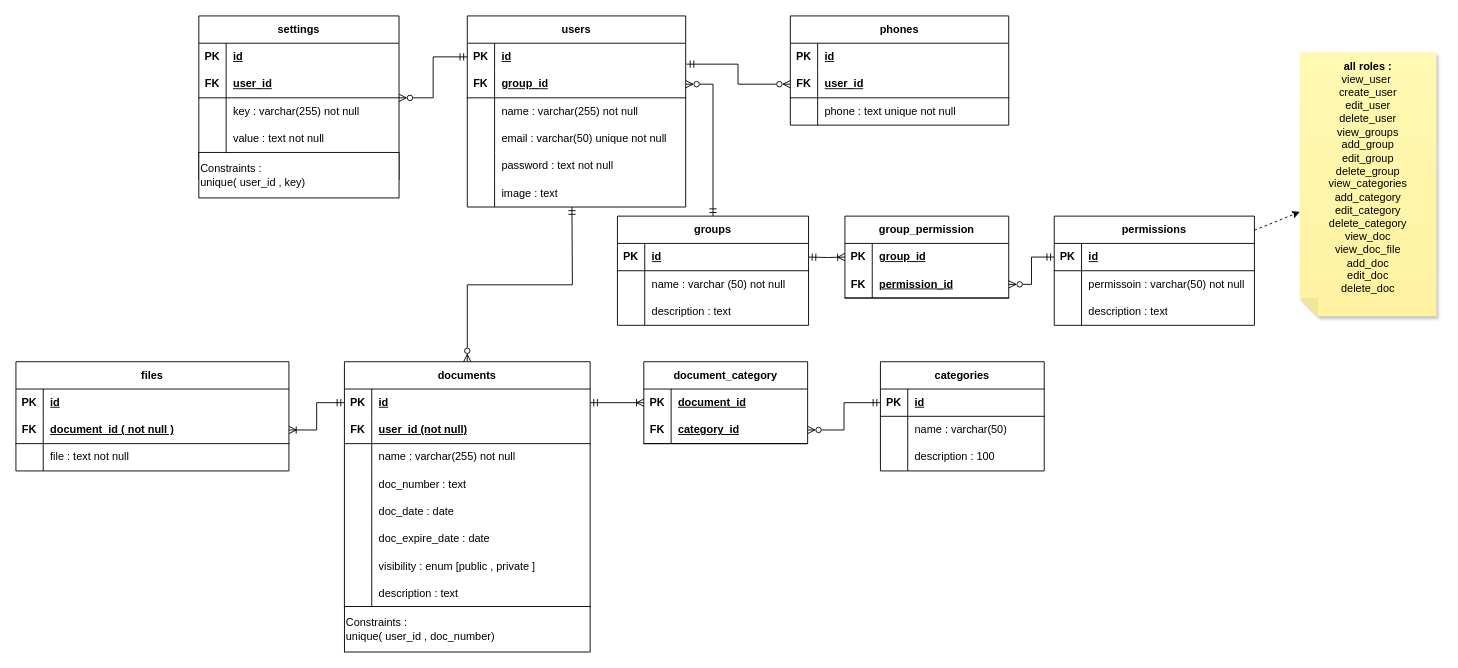
Before: page "db_schema" (1 of 4) of planning/diagram.drawio in khaledfathi/documents-vault, a draw.io diagram. Source tidied: cells renumbered, new cells numbered last; positions are measured from the earlier drawing's top-left corner, leaving out a move shared by most shapes. Both pictures are drawn from the tidied source at 91%, with x=0, y=0 at pixel (15, 15).
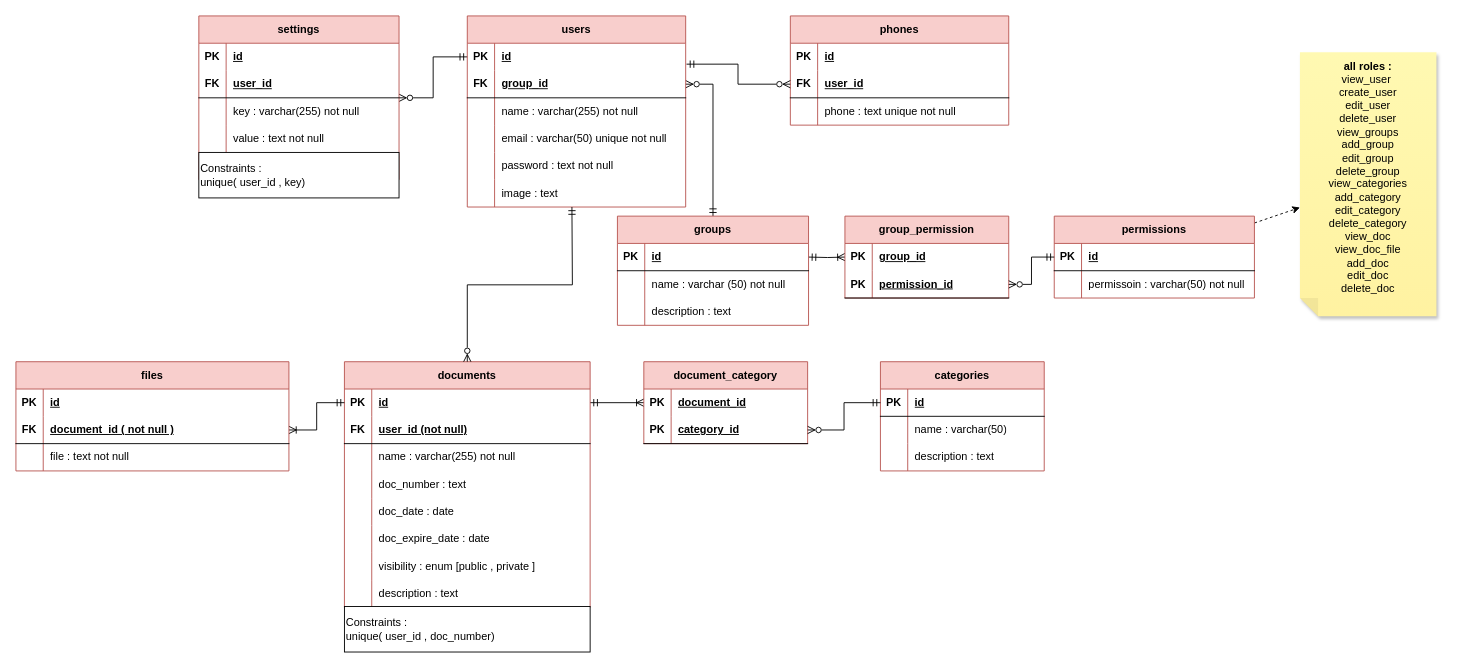
The same diagram, later.

The change refers to these unchanged cells:
```xml
<mxCell id="94" style="shape=tableRow;horizontal=0;startSize=0;swimlaneHead=0;swimlaneBody=0;fillColor=none;top=0;left=0;right=0;bottom=0;html=1;" parent="87" vertex="1">
  <mxGeometry y="90" width="180" height="30" as="geometry" />
</mxCell>
<mxCell id="123" style="shape=tableRow;horizontal=0;startSize=0;swimlaneHead=0;swimlaneBody=0;fillColor=none;points=[[0,0.5],[1,0.5]];portConstraint=eastwest;top=0;left=0;right=0;bottom=1;html=1;" parent="119" vertex="1">
  <mxGeometry y="60" width="180" height="30" as="geometry" />
</mxCell>
<mxCell id="131" style="shape=tableRow;horizontal=0;startSize=0;swimlaneHead=0;swimlaneBody=0;fillColor=none;points=[[0,0.5],[1,0.5]];portConstraint=eastwest;top=0;left=0;right=0;bottom=1;html=1;" parent="127" vertex="1">
  <mxGeometry y="60" width="180" height="30" as="geometry" />
</mxCell>
```

The edit, as a diff of the source:
```diff
@@
-    <mxCell id="3" value="settings" style="shape=table;startSize=30;childLayout=tableLayout;rowLines=0;fontStyle=1;align=center;html=1;whiteSpace=wrap;" parent="1" vertex="1">
+    <mxCell id="3" value="settings" style="shape=table;startSize=30;childLayout=tableLayout;rowLines=0;fontStyle=1;align=center;html=1;whiteSpace=wrap;fillColor=#f8cecc;strokeColor=#b85450;" parent="1" vertex="1">
       <mxGeometry x="201" width="220" height="180" as="geometry" />
     </mxCell>
@@
-    <mxCell id="21" value="groups" style="shape=table;startSize=30;childLayout=tableLayout;rowLines=0;fontStyle=1;align=center;html=1;whiteSpace=wrap;" parent="1" vertex="1">
+    <mxCell id="21" value="groups" style="shape=table;startSize=30;childLayout=tableLayout;rowLines=0;fontStyle=1;align=center;html=1;whiteSpace=wrap;fillColor=#f8cecc;strokeColor=#b85450;" parent="1" vertex="1">
       <mxGeometry x="661" y="220" width="210" height="120" as="geometry" />
     </mxCell>
@@
-    <mxCell id="32" value="permissions" style="shape=table;startSize=30;childLayout=tableLayout;rowLines=0;fontStyle=1;align=center;html=1;whiteSpace=wrap;" parent="1" vertex="1">
-      <mxGeometry x="1141" y="220" width="220" height="120" as="geometry" />
+    <mxCell id="32" value="permissions" style="shape=table;startSize=30;childLayout=tableLayout;rowLines=0;fontStyle=1;align=center;html=1;whiteSpace=wrap;fillColor=#f8cecc;strokeColor=#b85450;" parent="1" vertex="1">
+      <mxGeometry x="1141" y="220" width="220" height="90" as="geometry" />
     </mxCell>
@@
-    <mxCell id="39" style="shape=tableRow;horizontal=0;startSize=0;swimlaneHead=0;swimlaneBody=0;fillColor=none;top=0;left=0;right=0;bottom=0;html=1;" parent="32" vertex="1">
-      <mxGeometry y="90" width="220" height="30" as="geometry" />
-    </mxCell>
-    <mxCell id="40" style="shape=partialRectangle;fillColor=none;top=0;left=0;bottom=0;right=0;overflow=hidden;html=1;whiteSpace=wrap;" parent="39" vertex="1">
-      <mxGeometry width="30" height="30" as="geometry" />
-    </mxCell>
-    <mxCell id="41" value="description : text" style="shape=partialRectangle;fillColor=none;top=0;left=0;bottom=0;right=0;align=left;spacingLeft=6;overflow=hidden;html=1;whiteSpace=wrap;" parent="39" vertex="1">
-      <mxGeometry x="30" width="190" height="30" as="geometry" />
-    </mxCell>
@@
-    <mxCell id="43" value="documents" style="shape=table;startSize=30;childLayout=tableLayout;rowLines=0;fontStyle=1;align=center;html=1;whiteSpace=wrap;" parent="1" vertex="1">
+    <mxCell id="43" value="documents" style="shape=table;startSize=30;childLayout=tableLayout;rowLines=0;fontStyle=1;align=center;html=1;whiteSpace=wrap;fillColor=#f8cecc;strokeColor=#b85450;" parent="1" vertex="1">
       <mxGeometry x="361" y="380" width="270" height="270" as="geometry" />
     </mxCell>
@@
-    <mxCell id="68" value="users" style="shape=table;startSize=30;childLayout=tableLayout;rowLines=0;fontStyle=1;align=center;html=1;whiteSpace=wrap;" parent="1" vertex="1">
+    <mxCell id="68" value="users" style="shape=table;startSize=30;childLayout=tableLayout;rowLines=0;fontStyle=1;align=center;html=1;whiteSpace=wrap;fillColor=#f8cecc;strokeColor=#b85450;" parent="1" vertex="1">
       <mxGeometry x="496" width="240" height="210" as="geometry" />
     </mxCell>
@@
-    <mxCell id="87" value="categories" style="shape=table;startSize=30;childLayout=tableLayout;rowLines=0;fontStyle=1;align=center;html=1;whiteSpace=wrap;" parent="1" vertex="1">
+    <mxCell id="87" value="categories" style="shape=table;startSize=30;childLayout=tableLayout;rowLines=0;fontStyle=1;align=center;html=1;whiteSpace=wrap;fillColor=#f8cecc;strokeColor=#b85450;" parent="1" vertex="1">
       <mxGeometry x="950" y="380" width="180" height="120" as="geometry" />
     </mxCell>
@@
-    <mxCell id="96" value="description : 100" style="shape=partialRectangle;fillColor=none;top=0;left=0;bottom=0;right=0;align=left;spacingLeft=6;overflow=hidden;html=1;whiteSpace=wrap;" parent="94" vertex="1">
+    <mxCell id="96" value="description : text" style="shape=partialRectangle;fillColor=none;top=0;left=0;bottom=0;right=0;align=left;spacingLeft=6;overflow=hidden;html=1;whiteSpace=wrap;" parent="94" vertex="1">
       <mxGeometry x="30" width="150" height="30" as="geometry" />
     </mxCell>
-    <mxCell id="97" value="phones" style="shape=table;startSize=30;childLayout=tableLayout;rowLines=0;fontStyle=1;align=center;html=1;whiteSpace=wrap;" parent="1" vertex="1">
+    <mxCell id="97" value="phones" style="shape=table;startSize=30;childLayout=tableLayout;rowLines=0;fontStyle=1;align=center;html=1;whiteSpace=wrap;fillColor=#f8cecc;strokeColor=#b85450;" parent="1" vertex="1">
       <mxGeometry x="851" width="240" height="120" as="geometry" />
     </mxCell>
@@
-    <mxCell id="109" value="files" style="shape=table;startSize=30;childLayout=tableLayout;rowLines=0;fontStyle=1;align=center;html=1;whiteSpace=wrap;" parent="1" vertex="1">
+    <mxCell id="109" value="files" style="shape=table;startSize=30;childLayout=tableLayout;rowLines=0;fontStyle=1;align=center;html=1;whiteSpace=wrap;fillColor=#f8cecc;strokeColor=#b85450;" parent="1" vertex="1">
       <mxGeometry y="380" width="300" height="120" as="geometry" />
     </mxCell>
@@
-    <mxCell id="119" value="group_permission" style="shape=table;startSize=30;childLayout=tableLayout;rowLines=0;fontStyle=1;align=center;html=1;whiteSpace=wrap;" parent="1" vertex="1">
+    <mxCell id="119" value="group_permission" style="shape=table;startSize=30;childLayout=tableLayout;rowLines=0;fontStyle=1;align=center;html=1;whiteSpace=wrap;fillColor=#f8cecc;strokeColor=#b85450;" parent="1" vertex="1">
       <mxGeometry x="911" y="220" width="180" height="90" as="geometry" />
     </mxCell>
@@
-    <mxCell id="124" value="FK" style="shape=partialRectangle;fillColor=none;top=0;left=0;bottom=0;right=0;fontStyle=1;overflow=hidden;html=1;whiteSpace=wrap;" parent="123" vertex="1">
+    <mxCell id="124" value="PK" style="shape=partialRectangle;fillColor=none;top=0;left=0;bottom=0;right=0;fontStyle=1;overflow=hidden;html=1;whiteSpace=wrap;" parent="123" vertex="1">
       <mxGeometry width="30" height="30" as="geometry" />
     </mxCell>
@@
-    <mxCell id="127" value="document_category" style="shape=table;startSize=30;childLayout=tableLayout;rowLines=0;fontStyle=1;align=center;html=1;whiteSpace=wrap;" parent="1" vertex="1">
+    <mxCell id="127" value="document_category" style="shape=table;startSize=30;childLayout=tableLayout;rowLines=0;fontStyle=1;align=center;html=1;whiteSpace=wrap;fillColor=#f8cecc;strokeColor=#b85450;" parent="1" vertex="1">
       <mxGeometry x="690" y="380" width="180" height="90" as="geometry" />
     </mxCell>
@@
-    <mxCell id="132" value="FK" style="shape=partialRectangle;fillColor=none;top=0;left=0;bottom=0;right=0;fontStyle=1;overflow=hidden;html=1;whiteSpace=wrap;" parent="131" vertex="1">
+    <mxCell id="132" value="PK" style="shape=partialRectangle;fillColor=none;top=0;left=0;bottom=0;right=0;fontStyle=1;overflow=hidden;html=1;whiteSpace=wrap;" parent="131" vertex="1">
       <mxGeometry width="30" height="30" as="geometry" />
     </mxCell>
```
